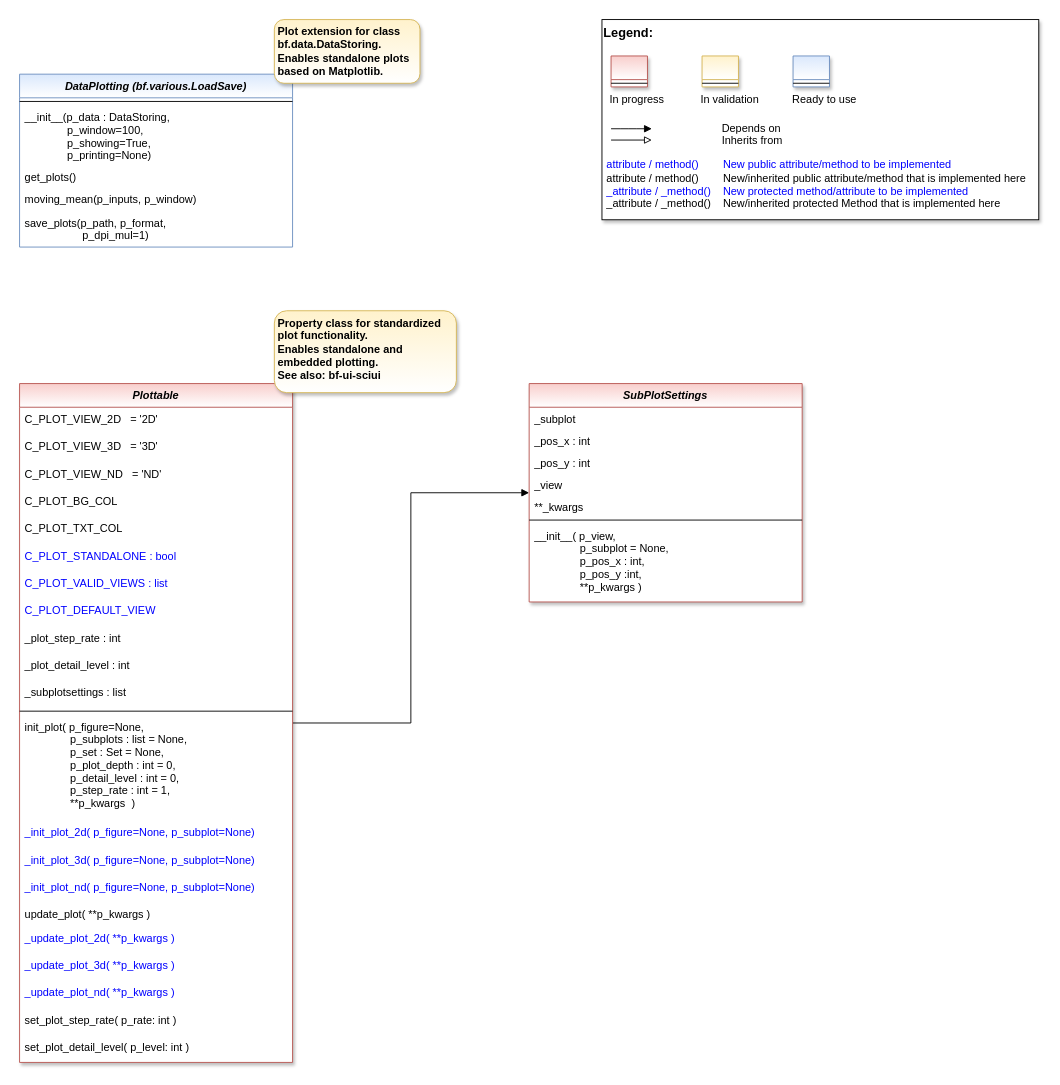
The draw.io diagram doc/rtd/content/append2/core/images/bf/MLPro-BF-Plot_class_diagram.drawio in fhswf/MLPro, before the edit. Source tidied: cells renumbered, new cells numbered last; positions are measured from the earlier drawing's top-left corner, leaving out a move shared by most shapes. Both pictures are drawn from the tidied source at 91%, with x=0, y=0 at pixel (19, 19).
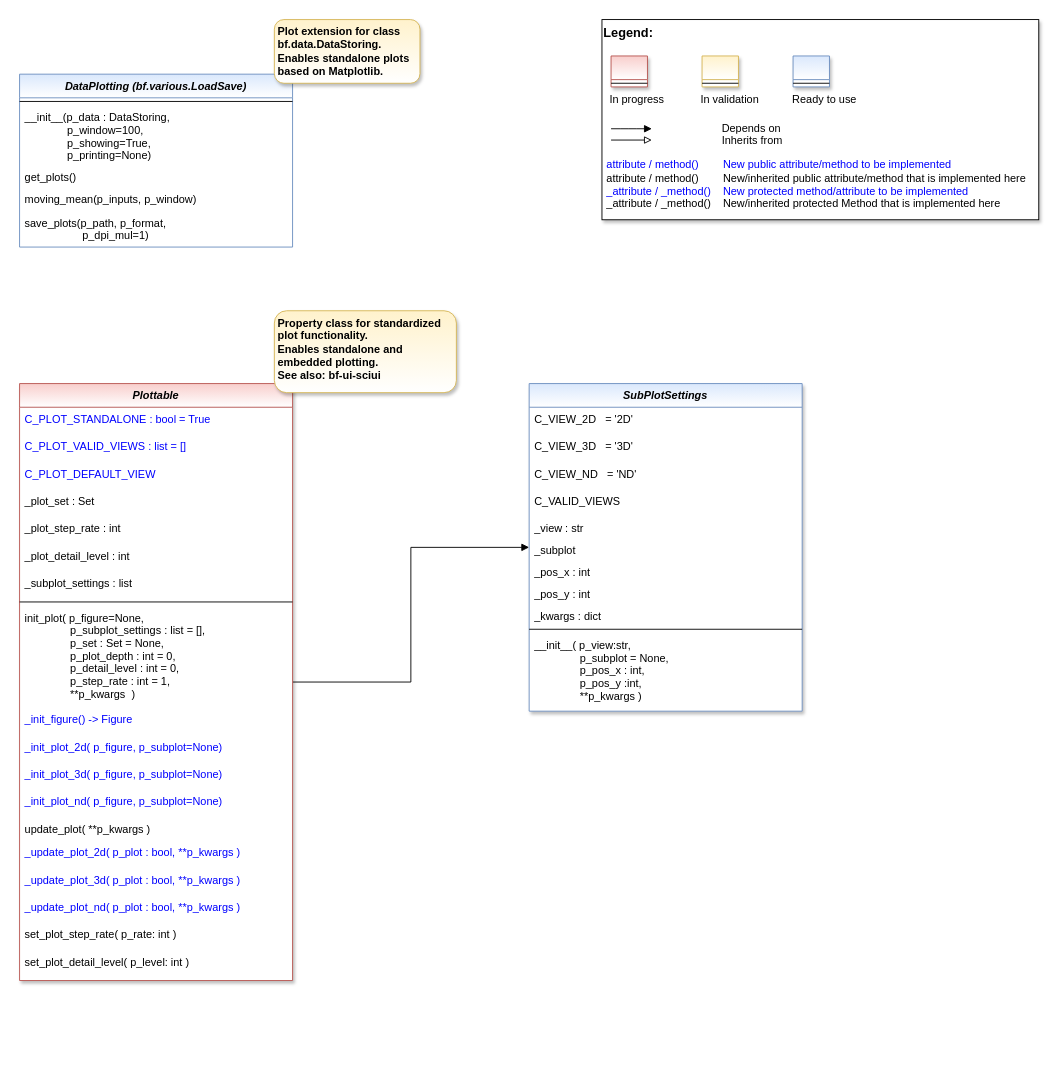
The same page after the edit.

The edit, as a diff of the source:
```diff
@@
     <mxCell id="3" value="Plottable" style="swimlane;fontStyle=3;align=center;verticalAlign=top;horizontal=1;startSize=26;rounded=0;shadow=1;strokeWidth=1;fillColor=#f8cecc;strokeColor=#b85450;swimlaneFillColor=#FFFFFF;gradientColor=#FFFFFF;" parent="1" vertex="1">
-      <mxGeometry y="400" width="300" height="746" as="geometry" />
+      <mxGeometry y="400" width="300" height="656" as="geometry" />
     </mxCell>
-    <mxCell id="4" value="C_PLOT_VIEW_2D   = '2D'" style="text;align=left;verticalAlign=top;spacingLeft=4;spacingRight=4;overflow=hidden;fontColor=default;" parent="3" vertex="1">
-      <mxGeometry y="26" width="300" height="30" as="geometry" />
-    </mxCell>
-    <mxCell id="5" value="C_PLOT_VIEW_3D   = '3D'" style="text;align=left;verticalAlign=top;spacingLeft=4;spacingRight=4;overflow=hidden;fontColor=default;" parent="3" vertex="1">
-      <mxGeometry y="56" width="300" height="30" as="geometry" />
-    </mxCell>
-    <mxCell id="6" value="C_PLOT_VIEW_ND   = 'ND'" style="text;align=left;verticalAlign=top;spacingLeft=4;spacingRight=4;overflow=hidden;fontColor=default;" parent="3" vertex="1">
-      <mxGeometry y="86" width="300" height="30" as="geometry" />
-    </mxCell>
-    <mxCell id="7" value="C_PLOT_BG_COL" style="text;align=left;verticalAlign=top;spacingLeft=4;spacingRight=4;overflow=hidden;fontColor=default;" parent="3" vertex="1">
-      <mxGeometry y="116" width="300" height="30" as="geometry" />
-    </mxCell>
-    <mxCell id="8" value="C_PLOT_TXT_COL" style="text;align=left;verticalAlign=top;spacingLeft=4;spacingRight=4;overflow=hidden;fontColor=default;" parent="3" vertex="1">
-      <mxGeometry y="146" width="300" height="30" as="geometry" />
-    </mxCell>
-    <mxCell id="9" value="C_PLOT_STANDALONE : bool" style="text;align=left;verticalAlign=top;spacingLeft=4;spacingRight=4;overflow=hidden;fontColor=#0000FF;" parent="3" vertex="1">
-      <mxGeometry y="176" width="300" height="30" as="geometry" />
+    <mxCell id="9" value="C_PLOT_STANDALONE : bool = True" style="text;align=left;verticalAlign=top;spacingLeft=4;spacingRight=4;overflow=hidden;fontColor=#0000FF;" parent="3" vertex="1">
+      <mxGeometry y="26" width="300" height="30" as="geometry" />
     </mxCell>
-    <mxCell id="10" value="C_PLOT_VALID_VIEWS : list" style="text;align=left;verticalAlign=top;spacingLeft=4;spacingRight=4;overflow=hidden;fontColor=#0000FF;" parent="3" vertex="1">
-      <mxGeometry y="206" width="300" height="30" as="geometry" />
+    <mxCell id="10" value="C_PLOT_VALID_VIEWS : list = []" style="text;align=left;verticalAlign=top;spacingLeft=4;spacingRight=4;overflow=hidden;fontColor=#0000FF;" parent="3" vertex="1">
+      <mxGeometry y="56" width="300" height="30" as="geometry" />
     </mxCell>
     <mxCell id="11" value="C_PLOT_DEFAULT_VIEW" style="text;align=left;verticalAlign=top;spacingLeft=4;spacingRight=4;overflow=hidden;fontColor=#0000FF;" parent="3" vertex="1">
-      <mxGeometry y="236" width="300" height="30" as="geometry" />
+      <mxGeometry y="86" width="300" height="30" as="geometry" />
     </mxCell>
+    <mxCell id="52" value="_plot_set : Set" style="text;align=left;verticalAlign=top;spacingLeft=4;spacingRight=4;overflow=hidden;fontColor=default;" parent="3" vertex="1">
+      <mxGeometry y="116" width="300" height="30" as="geometry" />
+    </mxCell>
     <mxCell id="12" value="_plot_step_rate : int" style="text;align=left;verticalAlign=top;spacingLeft=4;spacingRight=4;overflow=hidden;fontColor=default;" parent="3" vertex="1">
-      <mxGeometry y="266" width="300" height="30" as="geometry" />
+      <mxGeometry y="146" width="300" height="30" as="geometry" />
     </mxCell>
     <mxCell id="13" value="_plot_detail_level : int" style="text;align=left;verticalAlign=top;spacingLeft=4;spacingRight=4;overflow=hidden;fontColor=default;" parent="3" vertex="1">
-      <mxGeometry y="296" width="300" height="30" as="geometry" />
+      <mxGeometry y="176" width="300" height="30" as="geometry" />
     </mxCell>
-    <mxCell id="14" value="_subplotsettings : list" style="text;align=left;verticalAlign=top;spacingLeft=4;spacingRight=4;overflow=hidden;fontColor=default;" parent="3" vertex="1">
-      <mxGeometry y="326" width="300" height="30" as="geometry" />
+    <mxCell id="14" value="_subplot_settings : list" style="text;align=left;verticalAlign=top;spacingLeft=4;spacingRight=4;overflow=hidden;fontColor=default;" parent="3" vertex="1">
+      <mxGeometry y="206" width="300" height="30" as="geometry" />
     </mxCell>
     <mxCell id="15" style="line;html=1;strokeWidth=1;align=left;verticalAlign=middle;spacingTop=-1;spacingLeft=3;spacingRight=3;labelPosition=right;" parent="3" vertex="1">
-      <mxGeometry y="356" width="300" height="8" as="geometry" />
+      <mxGeometry y="236" width="300" height="8" as="geometry" />
     </mxCell>
-    <mxCell id="16" value="init_plot( p_figure=None, &#10;               p_subplots : list = None,&#10;               p_set : Set = None,&#10;               p_plot_depth : int = 0,&#10;               p_detail_level : int = 0,&#10;               p_step_rate : int = 1,&#10;               **p_kwargs  )" style="text;align=left;verticalAlign=top;spacingLeft=4;spacingRight=4;overflow=hidden;fontColor=default;" parent="3" vertex="1">
-      <mxGeometry y="364" width="300" height="116" as="geometry" />
+    <mxCell id="16" value="init_plot( p_figure=None, &#10;               p_subplot_settings : list = [],&#10;               p_set : Set = None,&#10;               p_plot_depth : int = 0,&#10;               p_detail_level : int = 0,&#10;               p_step_rate : int = 1,&#10;               **p_kwargs  )" style="text;align=left;verticalAlign=top;spacingLeft=4;spacingRight=4;overflow=hidden;fontColor=default;" parent="3" vertex="1">
+      <mxGeometry y="244" width="300" height="112" as="geometry" />
     </mxCell>
+    <mxCell id="53" value="_init_figure() -&gt; Figure" style="text;align=left;verticalAlign=top;spacingLeft=4;spacingRight=4;overflow=hidden;fontColor=#0000FF;" parent="3" vertex="1">
+      <mxGeometry y="356" width="300" height="30" as="geometry" />
+    </mxCell>
-    <mxCell id="17" value="_init_plot_2d( p_figure=None, p_subplot=None)" style="text;align=left;verticalAlign=top;spacingLeft=4;spacingRight=4;overflow=hidden;fontColor=#0000FF;" parent="3" vertex="1">
-      <mxGeometry y="480" width="300" height="30" as="geometry" />
+    <mxCell id="17" value="_init_plot_2d( p_figure, p_subplot=None)" style="text;align=left;verticalAlign=top;spacingLeft=4;spacingRight=4;overflow=hidden;fontColor=#0000FF;" parent="3" vertex="1">
+      <mxGeometry y="386" width="300" height="30" as="geometry" />
     </mxCell>
-    <mxCell id="18" value="_init_plot_3d( p_figure=None, p_subplot=None)" style="text;align=left;verticalAlign=top;spacingLeft=4;spacingRight=4;overflow=hidden;fontColor=#0000FF;" parent="3" vertex="1">
-      <mxGeometry y="510" width="300" height="30" as="geometry" />
+    <mxCell id="18" value="_init_plot_3d( p_figure, p_subplot=None)" style="text;align=left;verticalAlign=top;spacingLeft=4;spacingRight=4;overflow=hidden;fontColor=#0000FF;" parent="3" vertex="1">
+      <mxGeometry y="416" width="300" height="30" as="geometry" />
     </mxCell>
-    <mxCell id="19" value="_init_plot_nd( p_figure=None, p_subplot=None)" style="text;align=left;verticalAlign=top;spacingLeft=4;spacingRight=4;overflow=hidden;fontColor=#0000FF;" parent="3" vertex="1">
-      <mxGeometry y="540" width="300" height="30" as="geometry" />
+    <mxCell id="19" value="_init_plot_nd( p_figure, p_subplot=None)" style="text;align=left;verticalAlign=top;spacingLeft=4;spacingRight=4;overflow=hidden;fontColor=#0000FF;" parent="3" vertex="1">
+      <mxGeometry y="446" width="300" height="30" as="geometry" />
     </mxCell>
     <mxCell id="20" value="update_plot( **p_kwargs )" style="text;align=left;verticalAlign=top;spacingLeft=4;spacingRight=4;overflow=hidden;fontColor=default;" parent="3" vertex="1">
-      <mxGeometry y="570" width="300" height="26" as="geometry" />
+      <mxGeometry y="476" width="300" height="26" as="geometry" />
     </mxCell>
-    <mxCell id="21" value="_update_plot_2d( **p_kwargs )" style="text;align=left;verticalAlign=top;spacingLeft=4;spacingRight=4;overflow=hidden;fontColor=#0000FF;" parent="3" vertex="1">
-      <mxGeometry y="596" width="300" height="30" as="geometry" />
+    <mxCell id="21" value="_update_plot_2d( p_plot : bool, **p_kwargs )" style="text;align=left;verticalAlign=top;spacingLeft=4;spacingRight=4;overflow=hidden;fontColor=#0000FF;" parent="3" vertex="1">
+      <mxGeometry y="502" width="300" height="30" as="geometry" />
     </mxCell>
-    <mxCell id="22" value="_update_plot_3d( **p_kwargs )" style="text;align=left;verticalAlign=top;spacingLeft=4;spacingRight=4;overflow=hidden;fontColor=#0000FF;" parent="3" vertex="1">
-      <mxGeometry y="626" width="300" height="30" as="geometry" />
+    <mxCell id="22" value="_update_plot_3d( p_plot : bool, **p_kwargs )" style="text;align=left;verticalAlign=top;spacingLeft=4;spacingRight=4;overflow=hidden;fontColor=#0000FF;" parent="3" vertex="1">
+      <mxGeometry y="532" width="300" height="30" as="geometry" />
     </mxCell>
-    <mxCell id="23" value="_update_plot_nd( **p_kwargs )" style="text;align=left;verticalAlign=top;spacingLeft=4;spacingRight=4;overflow=hidden;fontColor=#0000FF;" parent="3" vertex="1">
-      <mxGeometry y="656" width="300" height="30" as="geometry" />
+    <mxCell id="23" value="_update_plot_nd( p_plot : bool, **p_kwargs )" style="text;align=left;verticalAlign=top;spacingLeft=4;spacingRight=4;overflow=hidden;fontColor=#0000FF;" parent="3" vertex="1">
+      <mxGeometry y="562" width="300" height="30" as="geometry" />
     </mxCell>
     <mxCell id="24" value="set_plot_step_rate( p_rate: int )" style="text;align=left;verticalAlign=top;spacingLeft=4;spacingRight=4;overflow=hidden;fontColor=default;" parent="3" vertex="1">
-      <mxGeometry y="686" width="300" height="30" as="geometry" />
+      <mxGeometry y="592" width="300" height="30" as="geometry" />
     </mxCell>
     <mxCell id="25" value="set_plot_detail_level( p_level: int )" style="text;align=left;verticalAlign=top;spacingLeft=4;spacingRight=4;overflow=hidden;fontColor=default;" parent="3" vertex="1">
-      <mxGeometry y="716" width="300" height="30" as="geometry" />
+      <mxGeometry y="622" width="300" height="30" as="geometry" />
     </mxCell>
@@
-    <mxCell id="44" value="SubPlotSettings" style="swimlane;fontStyle=3;align=center;verticalAlign=top;horizontal=1;startSize=26;rounded=0;shadow=1;strokeWidth=1;fillColor=#f8cecc;strokeColor=#b85450;swimlaneFillColor=#FFFFFF;gradientColor=#FFFFFF;" parent="1" vertex="1">
-      <mxGeometry x="560" y="400" width="300" height="240" as="geometry" />
+    <mxCell id="44" value="SubPlotSettings" style="swimlane;fontStyle=3;align=center;verticalAlign=top;horizontal=1;startSize=26;rounded=0;shadow=1;strokeWidth=1;fillColor=#dae8fc;strokeColor=#6c8ebf;swimlaneFillColor=#FFFFFF;gradientColor=#FFFFFF;" parent="1" vertex="1">
+      <mxGeometry x="560" y="400" width="300" height="360" as="geometry" />
     </mxCell>
+    <mxCell id="4" value="C_VIEW_2D   = '2D'" style="text;align=left;verticalAlign=top;spacingLeft=4;spacingRight=4;overflow=hidden;fontColor=default;" parent="44" vertex="1">
+      <mxGeometry y="26" width="300" height="30" as="geometry" />
+    </mxCell>
+    <mxCell id="5" value="C_VIEW_3D   = '3D'" style="text;align=left;verticalAlign=top;spacingLeft=4;spacingRight=4;overflow=hidden;fontColor=default;" parent="44" vertex="1">
+      <mxGeometry y="56" width="300" height="30" as="geometry" />
+    </mxCell>
+    <mxCell id="6" value="C_VIEW_ND   = 'ND'" style="text;align=left;verticalAlign=top;spacingLeft=4;spacingRight=4;overflow=hidden;fontColor=default;" parent="44" vertex="1">
+      <mxGeometry y="86" width="300" height="30" as="geometry" />
+    </mxCell>
+    <mxCell id="54" value="C_VALID_VIEWS " style="text;align=left;verticalAlign=top;spacingLeft=4;spacingRight=4;overflow=hidden;fontColor=default;" parent="44" vertex="1">
+      <mxGeometry y="116" width="300" height="30" as="geometry" />
+    </mxCell>
+    <mxCell id="48" value="_view : str" style="text;align=left;verticalAlign=top;spacingLeft=4;spacingRight=4;overflow=hidden;" parent="44" vertex="1">
+      <mxGeometry y="146" width="300" height="24" as="geometry" />
+    </mxCell>
     <mxCell id="45" value="_subplot" style="text;align=left;verticalAlign=top;spacingLeft=4;spacingRight=4;overflow=hidden;" parent="44" vertex="1">
-      <mxGeometry y="26" width="300" height="24" as="geometry" />
+      <mxGeometry y="170" width="300" height="24" as="geometry" />
     </mxCell>
     <mxCell id="46" value="_pos_x : int" style="text;align=left;verticalAlign=top;spacingLeft=4;spacingRight=4;overflow=hidden;" parent="44" vertex="1">
-      <mxGeometry y="50" width="300" height="24" as="geometry" />
+      <mxGeometry y="194" width="300" height="24" as="geometry" />
     </mxCell>
     <mxCell id="47" value="_pos_y : int" style="text;align=left;verticalAlign=top;spacingLeft=4;spacingRight=4;overflow=hidden;" parent="44" vertex="1">
-      <mxGeometry y="74" width="300" height="24" as="geometry" />
+      <mxGeometry y="218" width="300" height="24" as="geometry" />
     </mxCell>
-    <mxCell id="48" value="_view" style="text;align=left;verticalAlign=top;spacingLeft=4;spacingRight=4;overflow=hidden;" parent="44" vertex="1">
-      <mxGeometry y="98" width="300" height="24" as="geometry" />
-    </mxCell>
-    <mxCell id="49" value="**_kwargs" style="text;align=left;verticalAlign=top;spacingLeft=4;spacingRight=4;overflow=hidden;" parent="44" vertex="1">
-      <mxGeometry y="122" width="300" height="24" as="geometry" />
+    <mxCell id="49" value="_kwargs : dict" style="text;align=left;verticalAlign=top;spacingLeft=4;spacingRight=4;overflow=hidden;" parent="44" vertex="1">
+      <mxGeometry y="242" width="300" height="24" as="geometry" />
     </mxCell>
     <mxCell id="50" style="line;html=1;strokeWidth=1;align=left;verticalAlign=middle;spacingTop=-1;spacingLeft=3;spacingRight=3;labelPosition=right;" parent="44" vertex="1">
-      <mxGeometry y="146" width="300" height="8" as="geometry" />
+      <mxGeometry y="266" width="300" height="8" as="geometry" />
     </mxCell>
-    <mxCell id="51" value="__init__( p_view, &#10;               p_subplot = None, &#10;               p_pos_x : int,&#10;               p_pos_y :int,&#10;               **p_kwargs )" style="text;align=left;verticalAlign=top;spacingLeft=4;spacingRight=4;overflow=hidden;" parent="44" vertex="1">
-      <mxGeometry y="154" width="300" height="86" as="geometry" />
+    <mxCell id="51" value="__init__( p_view:str, &#10;               p_subplot = None, &#10;               p_pos_x : int,&#10;               p_pos_y :int,&#10;               **p_kwargs )" style="text;align=left;verticalAlign=top;spacingLeft=4;spacingRight=4;overflow=hidden;" parent="44" vertex="1">
+      <mxGeometry y="274" width="300" height="86" as="geometry" />
     </mxCell>
```
